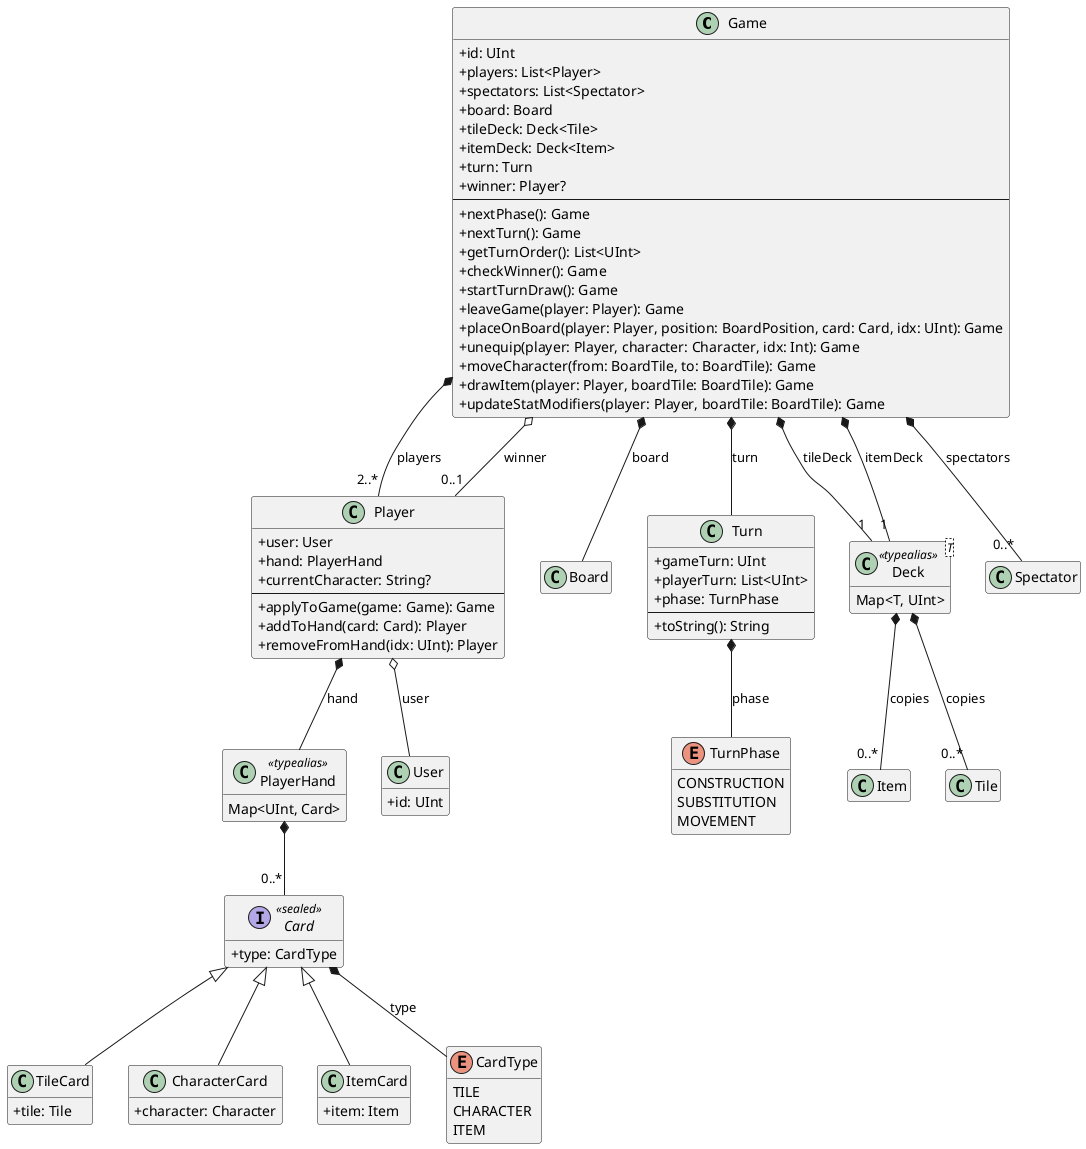
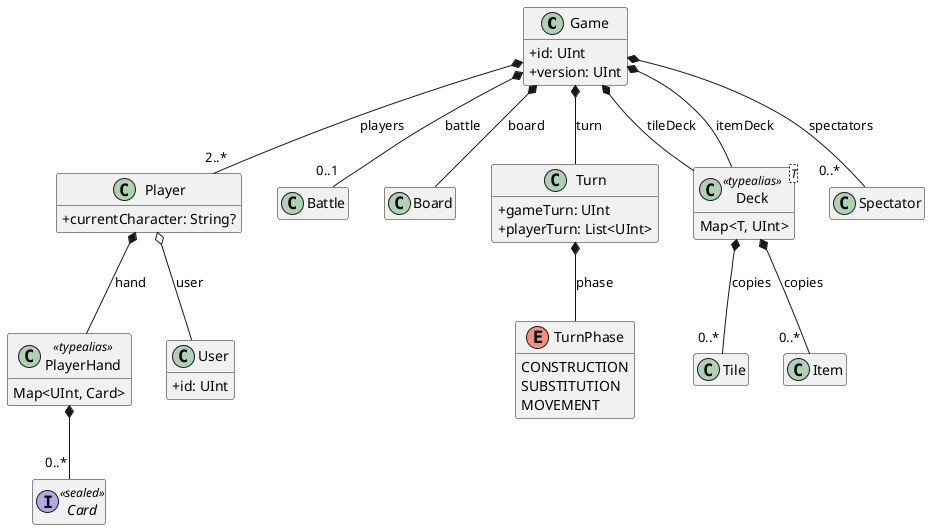
@startuml DominioGame
hide empty members
skinparam classAttributeIconSize 0


class Game {
  +id: UInt
-   +players: List<Player>
-   +spectators: List<Spectator>
-   +board: Board
-   +tileDeck: Deck<Tile>
-   +itemDeck: Deck<Item>
-   +turn: Turn
-   +winner: Player?
-   --
-   +nextPhase(): Game
-   +nextTurn(): Game
-   +getTurnOrder(): List<UInt>
-   +checkWinner(): Game
-   +startTurnDraw(): Game
-   +leaveGame(player: Player): Game
-   +placeOnBoard(player: Player, position: BoardPosition, card: Card, idx: UInt): Game
-   +unequip(player: Player, character: Character, idx: Int): Game
-   +moveCharacter(from: BoardTile, to: BoardTile): Game
-   +drawItem(player: Player, boardTile: BoardTile): Game
-   +updateStatModifiers(player: Player, boardTile: BoardTile): Game
+   +version: UInt
}

class Player {
-   +user: User
-   +hand: PlayerHand
  +currentCharacter: String?
-   --
-   +applyToGame(game: Game): Game
-   +addToHand(card: Card): Player
-   +removeFromHand(idx: UInt): Player
}

class PlayerHand <<typealias>> {
  Map<UInt, Card>
}

- interface Card <<sealed>> {
-   +type: CardType
- }
+ interface Card <<sealed>>

- class TileCard {
-   +tile: Tile
- }
- 
- class CharacterCard {
-   +character: Character
- }
- 
- class ItemCard {
-   +item: Item
- }
- 
- enum CardType {
-   TILE
-   CHARACTER
-   ITEM
- }
+ class Battle

class Board {
}

class Turn {
  +gameTurn: UInt
  +playerTurn: List<UInt>
-   +phase: TurnPhase
-   --
-   +toString(): String
}

enum TurnPhase {
  CONSTRUCTION
  SUBSTITUTION
  MOVEMENT
}

class User {
  +id: UInt
}

class Deck<T> <<typealias>> {
  Map<T, UInt>
}

- class Spectator { }
+ class Spectator


Game *-- "2..*" Player : players
- Game *-- "0..*" Spectator : spectators
+ Game *-- "0..*    " Spectator : spectators
Game *-- Board : board
- Game *-- "1" Deck : tileDeck
- Game *-- "1" Deck : itemDeck
+ Game *-- Deck : tileDeck
+ Game *-- Deck : itemDeck
Game *-- Turn : turn
- Game o-- "0..1" Player : winner
+ Game *-- "0..1" Battle : battle

Player o-- User : user
Player *-- PlayerHand : hand
PlayerHand *-- "0..*" Card

- Card <|-- TileCard
- Card <|-- CharacterCard
- Card <|-- ItemCard
- Card *-- CardType : type
- 
Turn *-- TurnPhase : phase

- Deck *-- "0..*" Item : copies
Deck *-- "0..*" Tile : copies
+ Deck *-- "0..* " Item : copies

@enduml
